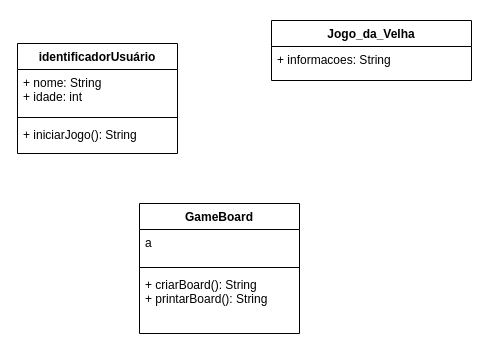
Before: mini_projeto_3/Projeto_3/Diagrama sem nome.drawio in antonioscarvalho/Projetos-Orientados-a-Objetos, a draw.io diagram. Source tidied: cells renumbered, new cells numbered last; positions are measured from the earlier drawing's top-left corner, leaving out a move shared by most shapes. Both pictures are drawn from the tidied source at 100%, with x=0, y=0 at pixel (17, 20).
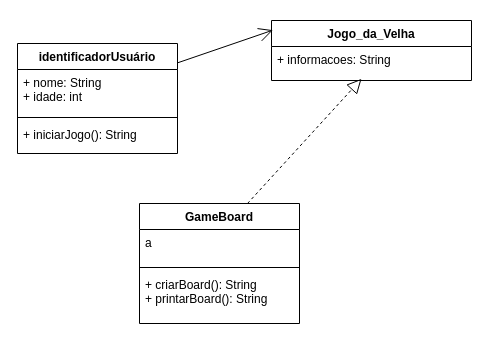
The same diagram, later.

What changed in the source:
```diff
@@
 <mxGraphModel>
   <root>
     <mxCell id="0" />
     <mxCell id="1" parent="0" />
     <mxCell id="2" value="Jogo_da_Velha" style="swimlane;fontStyle=1;align=center;verticalAlign=top;horizontal=1;startSize=26;whiteSpace=wrap;html=1;" parent="1" vertex="1">
       <mxGeometry x="254" width="200" height="60" as="geometry" />
     </mxCell>
     <mxCell id="3" value="+ informacoes: String" style="text;strokeColor=none;fillColor=none;align=left;verticalAlign=top;spacingLeft=4;spacingRight=4;overflow=hidden;points=[[0,0.5],[1,0.5]];portConstraint=eastwest;whiteSpace=wrap;html=1;" parent="2" vertex="1">
       <mxGeometry y="26" width="200" height="34" as="geometry" />
     </mxCell>
     <mxCell id="4" value="identificadorUsuário" style="swimlane;fontStyle=1;align=center;verticalAlign=top;horizontal=1;startSize=26;whiteSpace=wrap;html=1;" parent="1" vertex="1">
       <mxGeometry y="23" width="160" height="110" as="geometry" />
     </mxCell>
     <mxCell id="5" value="+ nome: String&lt;br&gt;+ idade: int" style="text;strokeColor=none;fillColor=none;align=left;verticalAlign=top;spacingLeft=4;spacingRight=4;overflow=hidden;whiteSpace=wrap;html=1;" parent="4" vertex="1">
       <mxGeometry y="26" width="160" height="44" as="geometry" />
     </mxCell>
     <mxCell id="6" style="line;strokeWidth=1;fillColor=none;align=left;verticalAlign=middle;spacingTop=-1;spacingLeft=3;spacingRight=3;labelPosition=right;strokeColor=inherit;" parent="4" vertex="1">
       <mxGeometry y="70" width="160" height="8" as="geometry" />
     </mxCell>
     <mxCell id="7" value="+ iniciarJogo(): String" style="text;strokeColor=none;fillColor=none;align=left;verticalAlign=top;spacingLeft=4;spacingRight=4;overflow=hidden;whiteSpace=wrap;html=1;" parent="4" vertex="1">
       <mxGeometry y="78" width="160" height="32" as="geometry" />
     </mxCell>
     <mxCell id="8" value="GameBoard" style="swimlane;fontStyle=1;align=center;verticalAlign=top;horizontal=1;startSize=26;whiteSpace=wrap;html=1;" parent="1" vertex="1">
-      <mxGeometry x="122" y="183" width="160" height="130" as="geometry" />
+      <mxGeometry x="122" y="183" width="160" height="120" as="geometry" />
     </mxCell>
     <mxCell id="9" value="a" style="text;strokeColor=none;fillColor=none;align=left;verticalAlign=top;spacingLeft=4;spacingRight=4;overflow=hidden;whiteSpace=wrap;html=1;" parent="8" vertex="1">
       <mxGeometry y="26" width="160" height="34" as="geometry" />
     </mxCell>
     <mxCell id="10" style="line;strokeWidth=1;fillColor=none;align=left;verticalAlign=middle;spacingTop=-1;spacingLeft=3;spacingRight=3;labelPosition=right;strokeColor=inherit;" parent="8" vertex="1">
       <mxGeometry y="60" width="160" height="8" as="geometry" />
     </mxCell>
     <mxCell id="11" value="+ criarBoard(): String&lt;br style=&quot;border-color: var(--border-color);&quot;&gt;+ printarBoard(): String" style="text;strokeColor=none;fillColor=none;align=left;verticalAlign=top;spacingLeft=4;spacingRight=4;overflow=hidden;whiteSpace=wrap;html=1;" parent="8" vertex="1">
-      <mxGeometry y="68" width="160" height="62" as="geometry" />
+      <mxGeometry y="68" width="160" height="52" as="geometry" />
     </mxCell>
+    <mxCell id="12" style="endArrow=block;dashed=1;endFill=0;endSize=12;html=1;rounded=0;entryX=0.45;entryY=0.951;entryDx=0;entryDy=0;entryPerimeter=0;" parent="1" edge="1" target="3">
+      <mxGeometry relative="1" as="geometry">
+        <mxPoint x="230" y="183" as="sourcePoint" />
+        <Array as="points">
+          <mxPoint x="230" y="183" />
+        </Array>
+      </mxGeometry>
+    </mxCell>
+    <mxCell id="13" style="endArrow=open;endFill=1;endSize=12;html=1;rounded=0;exitX=1;exitY=0.176;exitDx=0;exitDy=0;exitPerimeter=0;entryX=0.007;entryY=0.161;entryDx=0;entryDy=0;entryPerimeter=0;" parent="1" edge="1" source="4" target="2">
+      <mxGeometry relative="1" as="geometry" />
+    </mxCell>
   </root>
 </mxGraphModel>
```
